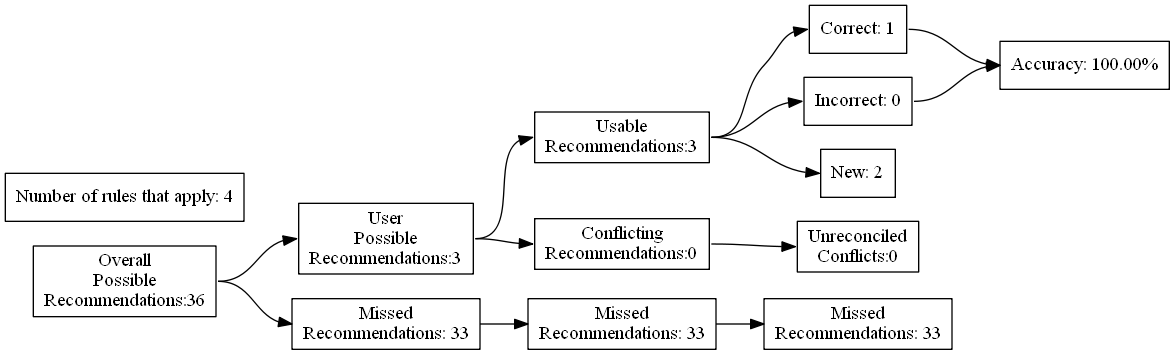
ZaxR/ibd_diet_analysis keeps this Graphviz diagram as test_renders/8.gv.png. Above is the earlier version. Its source is kept beside it as test_renders/8.gv.
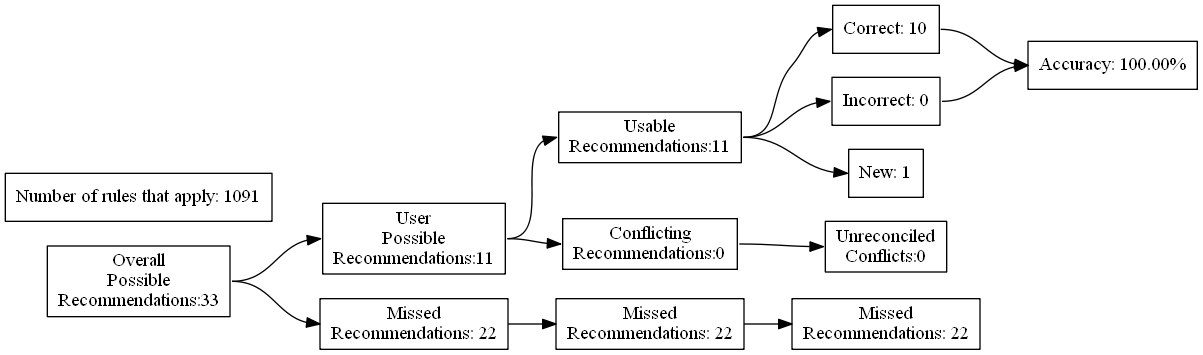
Later version of the same file.

The edit, as a diff of the source:
```diff
@@ -4,27 +4,27 @@
 	edge [headport=w tailport=e]
 		A [label="Overall
 Possible
-Recommendations:36"]
+Recommendations:33"]
 		B [label="User
 Possible
-Recommendations:3"]
+Recommendations:11"]
 		C [label="Missed
-Recommendations: 33"]
+Recommendations: 22"]
 		D [label="Usable
-Recommendations:3"]
+Recommendations:11"]
 		E [label="Conflicting
 Recommendations:0"]
 		J [label="Missed
-Recommendations: 33"]
+Recommendations: 22"]
 		M [label="Unreconciled
 Conflicts:0"]
-		F [label="Correct: 1"]
+		F [label="Correct: 10"]
 		G [label="Incorrect: 0"]
-		H [label="New: 2"]
+		H [label="New: 1"]
 		K [label="Missed
-Recommendations: 33"]
+Recommendations: 22"]
 		I [label="Accuracy: 100.00%"]
-		l [label="Number of rules that apply: 4"]
+		l [label="Number of rules that apply: 1091"]
 			A -> B
 			A -> C
 			B -> D
```
